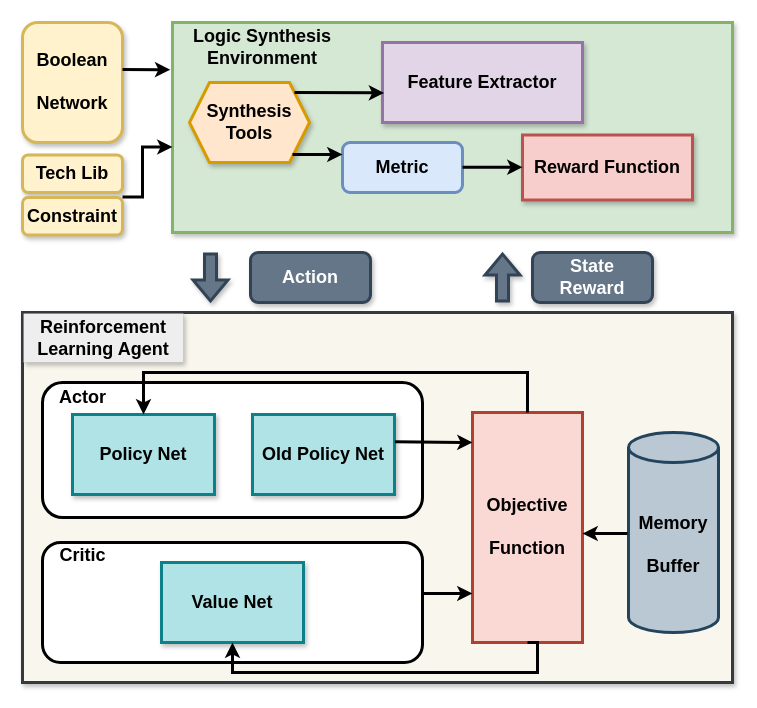
Above: learningframework.drawio in kxzhu0505/LogicSynOpt (draw.io), before the change. Source tidied: cells renumbered, new cells numbered last; positions are measured from the earlier drawing's top-left corner, leaving out a move shared by most shapes. Both pictures are drawn from the tidied source at 100%, with x=0, y=0 at pixel (22, 22).
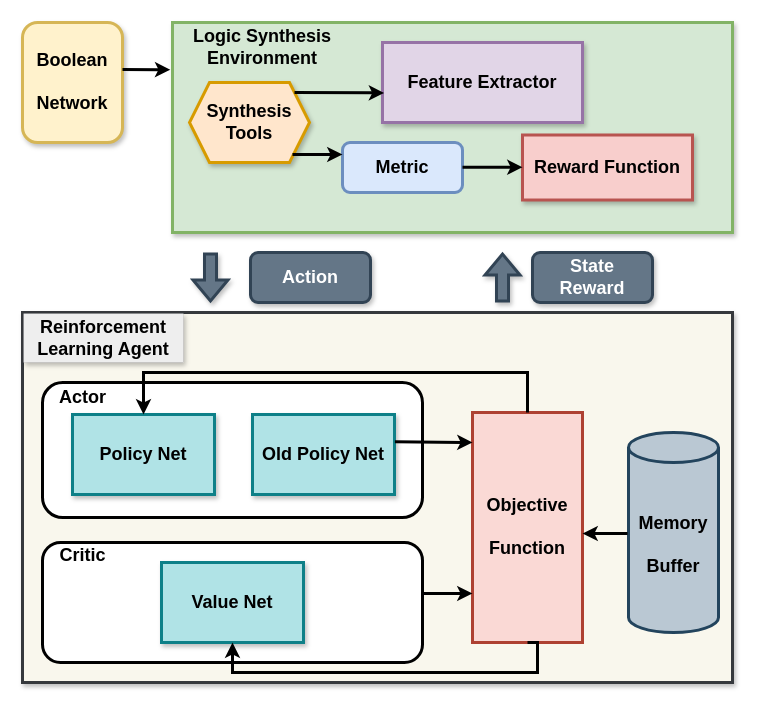
After the change.

What changed in the source:
```diff
@@
-    <mxCell id="10" value="&lt;b style=&quot;font-size: 18px;&quot;&gt;Tech Lib&lt;/b&gt;" style="rounded=1;whiteSpace=wrap;html=1;fillColor=#fff2cc;strokeColor=#d6b656;strokeWidth=3;shadow=1;" parent="1" vertex="1">
-      <mxGeometry y="132.5" width="100" height="37.5" as="geometry" />
-    </mxCell>
-    <mxCell id="11" value="&lt;b style=&quot;font-size: 18px;&quot;&gt;Constraint&lt;/b&gt;" style="rounded=1;whiteSpace=wrap;html=1;fillColor=#fff2cc;strokeColor=#d6b656;strokeWidth=3;shadow=1;" parent="1" vertex="1">
-      <mxGeometry y="175" width="100" height="37.5" as="geometry" />
-    </mxCell>
-    <mxCell id="12" style="endArrow=classic;html=1;rounded=0;strokeWidth=3;edgeStyle=orthogonalEdgeStyle;" parent="1" edge="1">
-      <mxGeometry relative="1" as="geometry">
-        <mxPoint x="100" y="174.5" as="sourcePoint" />
-        <mxPoint x="150" y="124.5" as="targetPoint" />
-        <Array as="points">
-          <mxPoint x="120" y="175" />
-          <mxPoint x="120" y="125" />
-        </Array>
-      </mxGeometry>
-    </mxCell>
```
